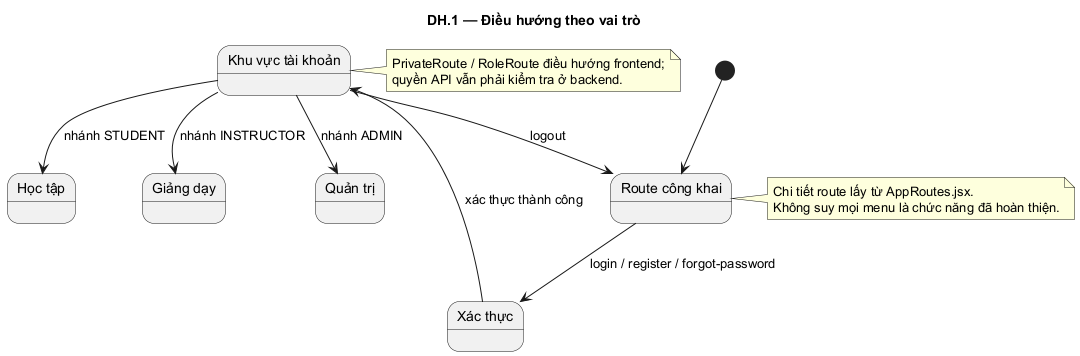
The PlantUML diagram docs/diagrams/plantuml/Hình_DH.1__Điều_hướng_theo_vai_trò.png in nguyenminhtri15022006-art/LMS, before a commit. The source it was exported from:
```plantuml
@startuml
skinparam defaultFontName DejaVu Sans
skinparam shadowing false
hide footbox
title DH.1 — Điều hướng theo vai trò
top to bottom direction
state "Route công khai" as P
state "Xác thực" as L
state "Khu vực tài khoản" as U
state "Học tập" as S
state "Giảng dạy" as I
state "Quản trị" as A
[*] --> P
P --> L : login / register / forgot-password
L --> U : xác thực thành công
U --> S : nhánh STUDENT
U --> I : nhánh INSTRUCTOR
U --> A : nhánh ADMIN
U --> P : logout
note right of U: PrivateRoute / RoleRoute điều hướng frontend;\nquyền API vẫn phải kiểm tra ở backend.
note right of P: Chi tiết route lấy từ AppRoutes.jsx.\nKhông suy mọi menu là chức năng đã hoàn thiện.
@enduml
```
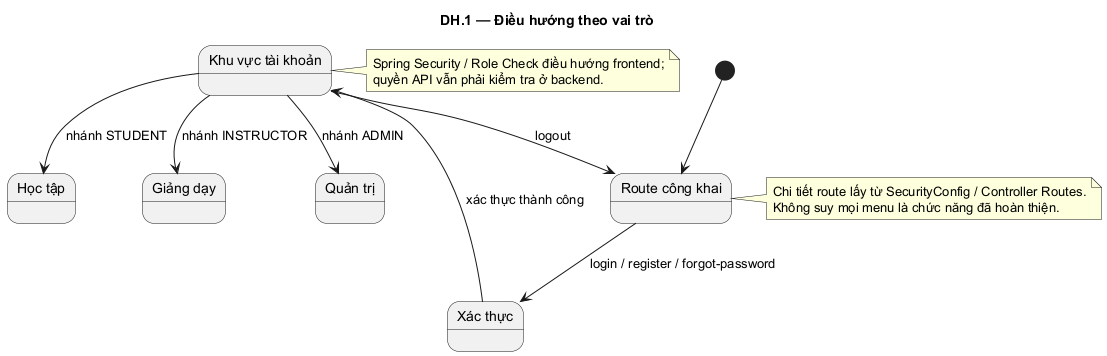
Later version of the same file.

Change to the diagram source:
```diff
@@ -17,6 +17,6 @@
 U --> I : nhánh INSTRUCTOR
 U --> A : nhánh ADMIN
 U --> P : logout
-note right of U: PrivateRoute / RoleRoute điều hướng frontend;\nquyền API vẫn phải kiểm tra ở backend.
-note right of P: Chi tiết route lấy từ AppRoutes.jsx.\nKhông suy mọi menu là chức năng đã hoàn thiện.
+note right of U: Spring Security / Role Check điều hướng frontend;\nquyền API vẫn phải kiểm tra ở backend.
+note right of P: Chi tiết route lấy từ SecurityConfig / Controller Routes.\nKhông suy mọi menu là chức năng đã hoàn thiện.
 @enduml
```
